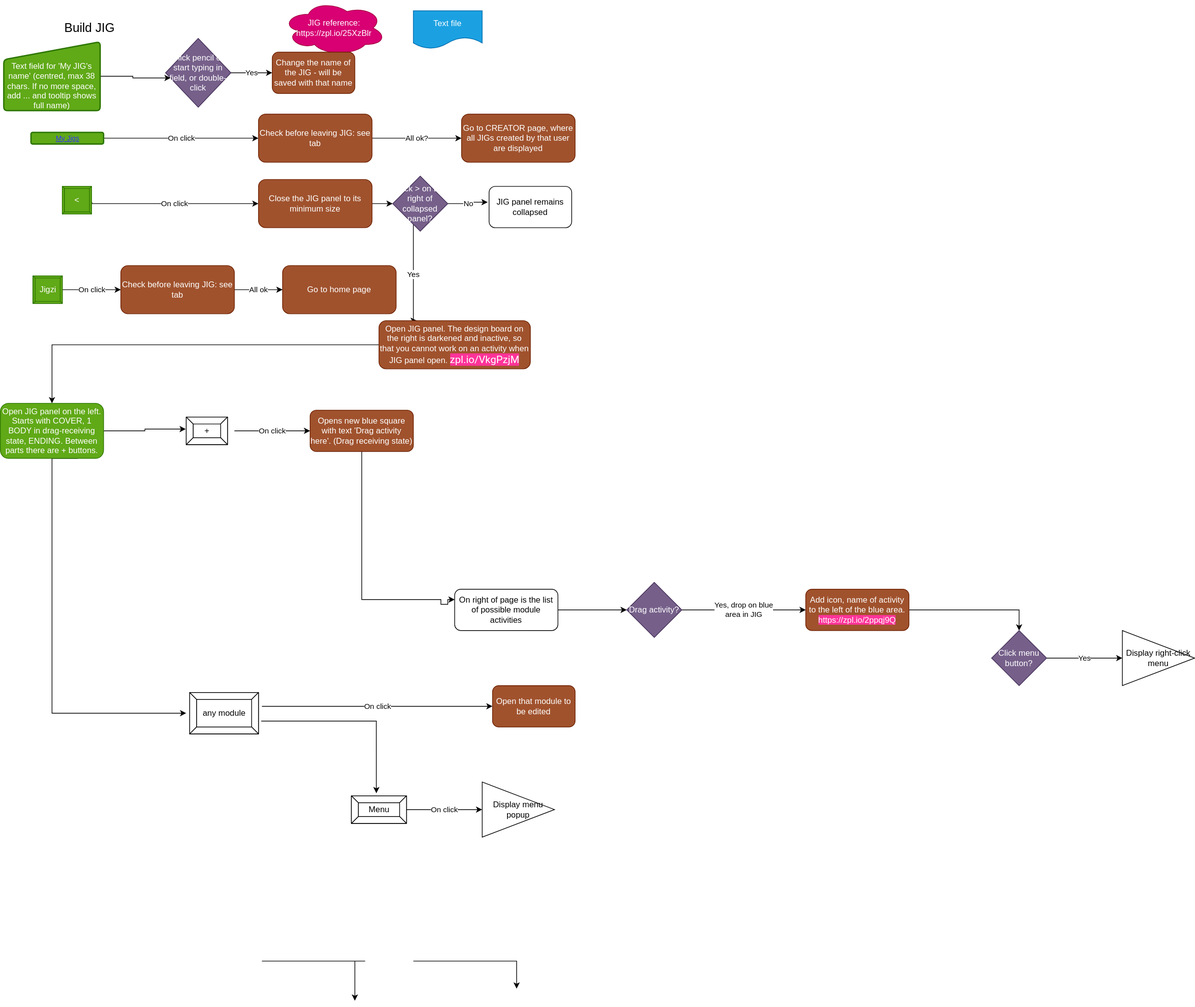
This is jig/JIG.drawio.svg from ji-devs/ji-cloud-flowcharts, a draw.io export, as it was before one commit. Source tidied: cells renumbered, new cells last; positions are measured from the earlier drawing's top-left corner, leaving out a move shared by most shapes. The source it was exported from:
```xml
<mxGraphModel>
  <root>
    <mxCell id="0" />
    <mxCell id="1" parent="0" />
    <mxCell id="2" value="&lt;font style=&quot;font-size: 18px&quot;&gt;Build JIG&lt;/font&gt;" style="text;html=1;strokeColor=none;fillColor=none;align=center;verticalAlign=middle;whiteSpace=wrap;rounded=0;" parent="1" vertex="1">
      <mxGeometry y="15" width="260" height="50" as="geometry" />
    </mxCell>
    <mxCell id="3" value="JIG reference:&lt;br&gt;https://zpl.io/25XzBlr" style="ellipse;shape=cloud;whiteSpace=wrap;html=1;fillColor=#d80073;strokeColor=#A50040;fontColor=#ffffff;" parent="1" vertex="1">
      <mxGeometry x="410" width="150" height="80" as="geometry" />
    </mxCell>
    <mxCell id="4" style="edgeStyle=orthogonalEdgeStyle;rounded=0;jettySize=auto;html=1;entryX=-0.01;entryY=0.435;entryDx=0;entryDy=0;entryPerimeter=0;" parent="1" edge="1" source="6" target="51">
      <mxGeometry relative="1" as="geometry" />
    </mxCell>
    <mxCell id="5" style="edgeStyle=orthogonalEdgeStyle;rounded=0;jettySize=auto;html=1;entryX=0;entryY=0.5;entryDx=0;entryDy=0;exitX=0.75;exitY=1;exitDx=0;exitDy=0;" parent="1" edge="1" source="6">
      <mxGeometry relative="1" as="geometry">
        <mxPoint x="270" y="1035" as="targetPoint" />
        <Array as="points">
          <mxPoint x="75" y="665" />
          <mxPoint x="75" y="1035" />
        </Array>
      </mxGeometry>
    </mxCell>
    <mxCell id="6" value="Open JIG panel on the left. Starts with COVER, 1 BODY in drag-receiving state, ENDING. Between parts there are + buttons." style="rounded=1;whiteSpace=wrap;html=1;fillColor=#60a917;strokeColor=#2D7600;fontColor=#ffffff;" parent="1" vertex="1">
      <mxGeometry y="585" width="150" height="80" as="geometry" />
    </mxCell>
    <mxCell id="7" value="On click" style="edgeStyle=orthogonalEdgeStyle;rounded=0;jettySize=auto;html=1;entryX=0;entryY=0.5;entryDx=0;entryDy=0;" parent="1" edge="1" target="9">
      <mxGeometry relative="1" as="geometry">
        <mxPoint x="340" y="625" as="sourcePoint" />
      </mxGeometry>
    </mxCell>
    <mxCell id="8" style="edgeStyle=orthogonalEdgeStyle;rounded=0;jettySize=auto;html=1;entryX=0;entryY=0.25;entryDx=0;entryDy=0;" parent="1" edge="1" source="9" target="31">
      <mxGeometry relative="1" as="geometry">
        <Array as="points">
          <mxPoint x="525" y="870" />
          <mxPoint x="640" y="870" />
          <mxPoint x="640" y="877" />
          <mxPoint x="650" y="877" />
          <mxPoint x="650" y="870" />
        </Array>
      </mxGeometry>
    </mxCell>
    <mxCell id="9" value="Opens new blue square with text 'Drag activity here'. (Drag receiving state)" style="rounded=1;whiteSpace=wrap;html=1;fillColor=#a0522d;strokeColor=#6D1F00;fontColor=#ffffff;" parent="1" vertex="1">
      <mxGeometry x="450" y="595" width="150" height="60" as="geometry" />
    </mxCell>
    <mxCell id="10" style="edgeStyle=orthogonalEdgeStyle;rounded=0;jettySize=auto;html=1;exitX=1;exitY=0.5;exitDx=0;exitDy=0;entryX=0.078;entryY=0.575;entryDx=0;entryDy=0;entryPerimeter=0;" parent="1" edge="1" source="42" target="17">
      <mxGeometry relative="1" as="geometry" />
    </mxCell>
    <mxCell id="11" value="On click" style="edgeStyle=orthogonalEdgeStyle;rounded=0;jettySize=auto;html=1;entryX=0;entryY=0.5;entryDx=0;entryDy=0;exitX=1;exitY=0.5;exitDx=0;exitDy=0;" parent="1" edge="1" source="43" target="13">
      <mxGeometry relative="1" as="geometry">
        <Array as="points">
          <mxPoint x="150" y="200" />
        </Array>
      </mxGeometry>
    </mxCell>
    <mxCell id="12" value="All ok?" style="edgeStyle=orthogonalEdgeStyle;rounded=0;jettySize=auto;html=1;" parent="1" edge="1" source="13" target="48">
      <mxGeometry relative="1" as="geometry" />
    </mxCell>
    <mxCell id="13" value="Check before leaving JIG: see tab" style="rounded=1;whiteSpace=wrap;html=1;fillColor=#a0522d;strokeColor=#6D1F00;fontColor=#ffffff;" parent="1" vertex="1">
      <mxGeometry x="375" y="165" width="165" height="70" as="geometry" />
    </mxCell>
    <mxCell id="14" value="Text file" style="shape=document;whiteSpace=wrap;html=1;boundedLbl=1;fillColor=#1ba1e2;strokeColor=#006EAF;fontColor=#ffffff;" parent="1" vertex="1">
      <mxGeometry x="600" y="15" width="100" height="55" as="geometry" />
    </mxCell>
    <mxCell id="15" value="Change the name of the JIG - will be saved with that name" style="rounded=1;whiteSpace=wrap;html=1;fillColor=#a0522d;strokeColor=#6D1F00;fontColor=#ffffff;" parent="1" vertex="1">
      <mxGeometry x="395" y="75" width="120" height="60" as="geometry" />
    </mxCell>
    <mxCell id="16" value="Yes" style="edgeStyle=orthogonalEdgeStyle;rounded=0;jettySize=auto;html=1;entryX=0;entryY=0.5;entryDx=0;entryDy=0;" parent="1" edge="1" source="17" target="15">
      <mxGeometry relative="1" as="geometry" />
    </mxCell>
    <mxCell id="17" value="Click pencil or start typing in field, or double-click" style="rhombus;whiteSpace=wrap;html=1;fillColor=#76608a;strokeColor=#432D57;fontColor=#ffffff;" parent="1" vertex="1">
      <mxGeometry x="240" y="55" width="95" height="100" as="geometry" />
    </mxCell>
    <mxCell id="18" value="On click" style="edgeStyle=orthogonalEdgeStyle;rounded=0;jettySize=auto;html=1;entryX=0;entryY=0.5;entryDx=0;entryDy=0;exitX=1.012;exitY=0.575;exitDx=0;exitDy=0;exitPerimeter=0;" parent="1" edge="1" source="44" target="20">
      <mxGeometry relative="1" as="geometry">
        <Array as="points">
          <mxPoint x="133" y="295" />
        </Array>
      </mxGeometry>
    </mxCell>
    <mxCell id="19" style="edgeStyle=orthogonalEdgeStyle;rounded=0;jettySize=auto;html=1;exitX=1;exitY=0.5;exitDx=0;exitDy=0;entryX=0;entryY=0.5;entryDx=0;entryDy=0;" parent="1" edge="1" source="20" target="23">
      <mxGeometry relative="1" as="geometry" />
    </mxCell>
    <mxCell id="20" value="Close the JIG panel to its minimum size&amp;nbsp;" style="rounded=1;whiteSpace=wrap;html=1;fillColor=#a0522d;strokeColor=#6D1F00;fontColor=#ffffff;" parent="1" vertex="1">
      <mxGeometry x="375" y="260" width="165" height="70" as="geometry" />
    </mxCell>
    <mxCell id="21" value="Yes" style="edgeStyle=orthogonalEdgeStyle;rounded=0;jettySize=auto;html=1;entryX=0.25;entryY=0;entryDx=0;entryDy=0;" parent="1" edge="1" source="23" target="27">
      <mxGeometry relative="1" as="geometry">
        <Array as="points">
          <mxPoint x="600" y="465" />
        </Array>
      </mxGeometry>
    </mxCell>
    <mxCell id="22" value="No" style="edgeStyle=orthogonalEdgeStyle;rounded=0;jettySize=auto;html=1;entryX=-0.017;entryY=0.383;entryDx=0;entryDy=0;entryPerimeter=0;" parent="1" edge="1" source="23" target="24">
      <mxGeometry relative="1" as="geometry" />
    </mxCell>
    <mxCell id="23" value="Click &amp;gt; on top right of collapsed panel?" style="rhombus;whiteSpace=wrap;html=1;fillColor=#76608a;strokeColor=#432D57;fontColor=#ffffff;" parent="1" vertex="1">
      <mxGeometry x="570" y="255" width="80" height="80" as="geometry" />
    </mxCell>
    <mxCell id="24" value="JIG panel remains collapsed" style="rounded=1;whiteSpace=wrap;html=1;" parent="1" vertex="1">
      <mxGeometry x="710" y="270" width="120" height="60" as="geometry" />
    </mxCell>
    <mxCell id="25" style="edgeStyle=orthogonalEdgeStyle;rounded=0;orthogonalLoop=1;jettySize=auto;html=1;entryX=0;entryY=0.5;entryDx=0;entryDy=0;exitX=1;exitY=0.5;exitDx=0;exitDy=0;" parent="1" edge="1">
      <mxGeometry relative="1" as="geometry">
        <mxPoint x="380" y="1395" as="sourcePoint" />
        <mxPoint x="515" y="1452.5" as="targetPoint" />
        <Array as="points">
          <mxPoint x="530" y="1395" />
          <mxPoint x="530" y="1395" />
        </Array>
      </mxGeometry>
    </mxCell>
    <mxCell id="26" style="edgeStyle=orthogonalEdgeStyle;rounded=0;jettySize=auto;html=1;entryX=0.5;entryY=0;entryDx=0;entryDy=0;exitX=0;exitY=0.5;exitDx=0;exitDy=0;" parent="1" edge="1" source="27" target="6">
      <mxGeometry relative="1" as="geometry">
        <Array as="points">
          <mxPoint x="75" y="500" />
        </Array>
      </mxGeometry>
    </mxCell>
    <mxCell id="27" value="Open JIG panel. The design board on the right is darkened and inactive, so that you cannot work on an activity when JIG panel open.&amp;nbsp;&lt;span style=&quot;font-family: &amp;#34;roboto&amp;#34; , &amp;#34;helvetica&amp;#34; , sans-serif ; font-size: 15px ; background-color: rgb(255 , 51 , 153)&quot;&gt;&lt;font color=&quot;#ffffff&quot;&gt;zpl.io/VkgPzjM&lt;/font&gt;&lt;/span&gt;" style="rounded=1;whiteSpace=wrap;html=1;fillColor=#a0522d;strokeColor=#6D1F00;fontColor=#ffffff;" parent="1" vertex="1">
      <mxGeometry x="550" y="465" width="220" height="70" as="geometry" />
    </mxCell>
    <mxCell id="28" style="edgeStyle=orthogonalEdgeStyle;rounded=0;jettySize=auto;html=1;exitX=1.04;exitY=0.69;exitDx=0;exitDy=0;entryX=0.453;entryY=-0.095;entryDx=0;entryDy=0;entryPerimeter=0;exitPerimeter=0;" parent="1" edge="1" source="54" target="53">
      <mxGeometry relative="1" as="geometry" />
    </mxCell>
    <mxCell id="29" style="edgeStyle=orthogonalEdgeStyle;rounded=0;orthogonalLoop=1;jettySize=auto;html=1;" parent="1" edge="1">
      <mxGeometry relative="1" as="geometry">
        <mxPoint x="600" y="1395" as="sourcePoint" />
        <mxPoint x="750" y="1435" as="targetPoint" />
      </mxGeometry>
    </mxCell>
    <mxCell id="30" style="edgeStyle=orthogonalEdgeStyle;rounded=0;jettySize=auto;html=1;" parent="1" edge="1" source="31" target="33">
      <mxGeometry relative="1" as="geometry" />
    </mxCell>
    <mxCell id="31" value="On right of page is the list of possible module activities" style="rounded=1;whiteSpace=wrap;html=1;" parent="1" vertex="1">
      <mxGeometry x="660" y="855" width="150" height="60" as="geometry" />
    </mxCell>
    <mxCell id="32" value="Yes, drop on blue &lt;br&gt;area in JIG" style="edgeStyle=orthogonalEdgeStyle;rounded=0;jettySize=auto;html=1;" parent="1" edge="1" source="33" target="35">
      <mxGeometry relative="1" as="geometry" />
    </mxCell>
    <mxCell id="33" value="Drag activity?" style="rhombus;whiteSpace=wrap;html=1;fillColor=#76608a;strokeColor=#432D57;fontColor=#ffffff;" parent="1" vertex="1">
      <mxGeometry x="910" y="845" width="80" height="80" as="geometry" />
    </mxCell>
    <mxCell id="34" style="edgeStyle=orthogonalEdgeStyle;rounded=0;jettySize=auto;html=1;entryX=0.5;entryY=0;entryDx=0;entryDy=0;" parent="1" edge="1" source="35" target="37">
      <mxGeometry relative="1" as="geometry" />
    </mxCell>
    <mxCell id="35" value="Add icon, name of activity to the left of the blue area.&lt;br&gt;&lt;span style=&quot;background-color: rgb(255 , 51 , 153)&quot;&gt;https://zpl.io/2ppqj9Q&lt;/span&gt;" style="rounded=1;whiteSpace=wrap;html=1;fillColor=#a0522d;strokeColor=#6D1F00;fontColor=#ffffff;" parent="1" vertex="1">
      <mxGeometry x="1170" y="855" width="150" height="60" as="geometry" />
    </mxCell>
    <mxCell id="36" value="Yes" style="edgeStyle=orthogonalEdgeStyle;rounded=0;jettySize=auto;html=1;" parent="1" edge="1" source="37" target="38">
      <mxGeometry relative="1" as="geometry" />
    </mxCell>
    <mxCell id="37" value="Click menu button?" style="rhombus;whiteSpace=wrap;html=1;fillColor=#76608a;strokeColor=#432D57;fontColor=#ffffff;" parent="1" vertex="1">
      <mxGeometry x="1440" y="915" width="80" height="80" as="geometry" />
    </mxCell>
    <mxCell id="38" value="Display right-click menu" style="triangle;whiteSpace=wrap;html=1;" parent="1" vertex="1">
      <mxGeometry x="1630" y="915" width="105" height="80" as="geometry" />
    </mxCell>
    <mxCell id="39" value="On click" style="edgeStyle=orthogonalEdgeStyle;rounded=0;jettySize=auto;html=1;entryX=0;entryY=0.5;entryDx=0;entryDy=0;exitX=1.05;exitY=0.333;exitDx=0;exitDy=0;exitPerimeter=0;" parent="1" edge="1" source="54" target="40">
      <mxGeometry relative="1" as="geometry" />
    </mxCell>
    <mxCell id="40" value="Open that module to be edited" style="rounded=1;whiteSpace=wrap;html=1;fillColor=#a0522d;strokeColor=#6D1F00;fontColor=#ffffff;" parent="1" vertex="1">
      <mxGeometry x="715" y="995" width="120" height="60" as="geometry" />
    </mxCell>
    <mxCell id="41" value="Display menu popup" style="triangle;whiteSpace=wrap;html=1;" parent="1" vertex="1">
      <mxGeometry x="700" y="1135" width="105" height="80" as="geometry" />
    </mxCell>
    <mxCell id="42" value="&lt;br&gt;&lt;br&gt;&lt;span style=&quot;color: rgb(255 , 255 , 255) ; font-family: &amp;#34;helvetica&amp;#34; ; font-size: 12px ; font-style: normal ; font-weight: 400 ; letter-spacing: normal ; text-align: center ; text-indent: 0px ; text-transform: none ; word-spacing: 0px ; display: inline ; float: none&quot;&gt;Text field for 'My JIG's name' (centred, max 38 chars. If no more space, add ... and tooltip shows full name)&amp;nbsp;&lt;/span&gt;" style="html=1;strokeWidth=2;shape=manualInput;whiteSpace=wrap;rounded=1;size=26;arcSize=11;fillColor=#60a917;strokeColor=#2D7600;fontColor=#ffffff;" parent="1" vertex="1">
      <mxGeometry x="5" y="60" width="140" height="100" as="geometry" />
    </mxCell>
    <mxCell id="43" value="&lt;font color=&quot;#3333ff&quot;&gt;&lt;u&gt;My Jigs&lt;/u&gt;&lt;/font&gt;" style="rounded=1;html=1;shadow=0;dashed=0;whiteSpace=wrap;fontSize=10;align=center;strokeColor=#2D7600;fontColor=#ffffff;strokeWidth=2;fillColor=#60a917;" parent="1" vertex="1">
      <mxGeometry x="44.5" y="191.6" width="105.5" height="16.9" as="geometry" />
    </mxCell>
    <mxCell id="44" value="&amp;lt;" style="labelPosition=center;verticalLabelPosition=middle;align=center;html=1;shape=mxgraph.basic.button;dx=3;fillColor=#60a917;strokeColor=#2D7600;fontColor=#ffffff;" parent="1" vertex="1">
      <mxGeometry x="90" y="270" width="42.5" height="40" as="geometry" />
    </mxCell>
    <mxCell id="45" value="On click" style="edgeStyle=orthogonalEdgeStyle;rounded=0;jettySize=auto;html=1;entryX=0;entryY=0.5;entryDx=0;entryDy=0;" parent="1" edge="1" source="46" target="50">
      <mxGeometry relative="1" as="geometry" />
    </mxCell>
    <mxCell id="46" value="Jigzi" style="labelPosition=center;verticalLabelPosition=middle;align=center;html=1;shape=mxgraph.basic.button;dx=3;fillColor=#60a917;strokeColor=#2D7600;fontColor=#ffffff;" parent="1" vertex="1">
      <mxGeometry x="47.5" y="400" width="42.5" height="40" as="geometry" />
    </mxCell>
    <mxCell id="47" value="Go to home page" style="rounded=1;whiteSpace=wrap;html=1;fillColor=#a0522d;strokeColor=#6D1F00;fontColor=#ffffff;" parent="1" vertex="1">
      <mxGeometry x="410" y="385" width="165" height="70" as="geometry" />
    </mxCell>
    <mxCell id="48" value="Go to CREATOR page, where all JIGs created by that user are displayed" style="rounded=1;whiteSpace=wrap;html=1;fillColor=#a0522d;strokeColor=#6D1F00;fontColor=#ffffff;" parent="1" vertex="1">
      <mxGeometry x="670" y="165" width="165" height="70" as="geometry" />
    </mxCell>
    <mxCell id="49" value="All ok" style="edgeStyle=orthogonalEdgeStyle;rounded=0;jettySize=auto;html=1;entryX=0;entryY=0.5;entryDx=0;entryDy=0;" parent="1" edge="1" source="50" target="47">
      <mxGeometry relative="1" as="geometry" />
    </mxCell>
    <mxCell id="50" value="Check before leaving JIG: see tab" style="rounded=1;whiteSpace=wrap;html=1;fillColor=#a0522d;strokeColor=#6D1F00;fontColor=#ffffff;" parent="1" vertex="1">
      <mxGeometry x="175" y="385" width="165" height="70" as="geometry" />
    </mxCell>
    <mxCell id="51" value="+" style="labelPosition=center;verticalLabelPosition=middle;align=center;html=1;shape=mxgraph.basic.button;dx=10;" parent="1" vertex="1">
      <mxGeometry x="270" y="605" width="60" height="40" as="geometry" />
    </mxCell>
    <mxCell id="52" value="On click" style="edgeStyle=orthogonalEdgeStyle;rounded=0;jettySize=auto;html=1;entryX=0;entryY=0.5;entryDx=0;entryDy=0;" parent="1" edge="1" source="53" target="41">
      <mxGeometry relative="1" as="geometry" />
    </mxCell>
    <mxCell id="53" value="Menu" style="labelPosition=center;verticalLabelPosition=middle;align=center;html=1;shape=mxgraph.basic.button;dx=10;" parent="1" vertex="1">
      <mxGeometry x="510" y="1155" width="80" height="40" as="geometry" />
    </mxCell>
    <mxCell id="54" value="any module" style="labelPosition=center;verticalLabelPosition=middle;align=center;html=1;shape=mxgraph.basic.button;dx=10;" parent="1" vertex="1">
      <mxGeometry x="275" y="1005" width="100" height="60" as="geometry" />
    </mxCell>
  </root>
</mxGraphModel>
```
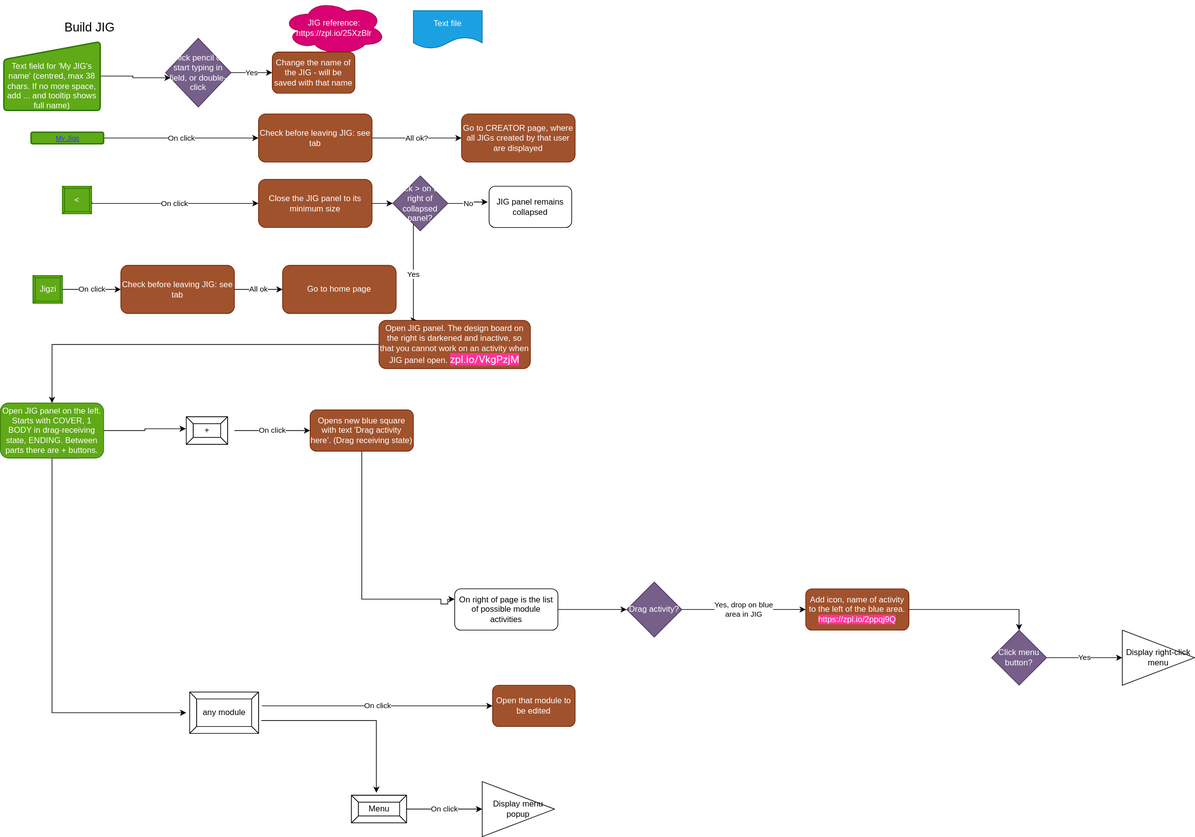
Later version of the same file.

Diff of the diagram source:
```diff
@@ -99,16 +99,6 @@
     <mxCell id="24" value="JIG panel remains collapsed" style="rounded=1;whiteSpace=wrap;html=1;" parent="1" vertex="1">
       <mxGeometry x="710" y="270" width="120" height="60" as="geometry" />
     </mxCell>
-    <mxCell id="25" style="edgeStyle=orthogonalEdgeStyle;rounded=0;orthogonalLoop=1;jettySize=auto;html=1;entryX=0;entryY=0.5;entryDx=0;entryDy=0;exitX=1;exitY=0.5;exitDx=0;exitDy=0;" parent="1" edge="1">
-      <mxGeometry relative="1" as="geometry">
-        <mxPoint x="380" y="1395" as="sourcePoint" />
-        <mxPoint x="515" y="1452.5" as="targetPoint" />
-        <Array as="points">
-          <mxPoint x="530" y="1395" />
-          <mxPoint x="530" y="1395" />
-        </Array>
-      </mxGeometry>
-    </mxCell>
     <mxCell id="26" style="edgeStyle=orthogonalEdgeStyle;rounded=0;jettySize=auto;html=1;entryX=0.5;entryY=0;entryDx=0;entryDy=0;exitX=0;exitY=0.5;exitDx=0;exitDy=0;" parent="1" edge="1" source="27" target="6">
       <mxGeometry relative="1" as="geometry">
         <Array as="points">
@@ -122,12 +112,6 @@
     <mxCell id="28" style="edgeStyle=orthogonalEdgeStyle;rounded=0;jettySize=auto;html=1;exitX=1.04;exitY=0.69;exitDx=0;exitDy=0;entryX=0.453;entryY=-0.095;entryDx=0;entryDy=0;entryPerimeter=0;exitPerimeter=0;" parent="1" edge="1" source="54" target="53">
       <mxGeometry relative="1" as="geometry" />
     </mxCell>
-    <mxCell id="29" style="edgeStyle=orthogonalEdgeStyle;rounded=0;orthogonalLoop=1;jettySize=auto;html=1;" parent="1" edge="1">
-      <mxGeometry relative="1" as="geometry">
-        <mxPoint x="600" y="1395" as="sourcePoint" />
-        <mxPoint x="750" y="1435" as="targetPoint" />
-      </mxGeometry>
-    </mxCell>
     <mxCell id="30" style="edgeStyle=orthogonalEdgeStyle;rounded=0;jettySize=auto;html=1;" parent="1" edge="1" source="31" target="33">
       <mxGeometry relative="1" as="geometry" />
     </mxCell>
```
